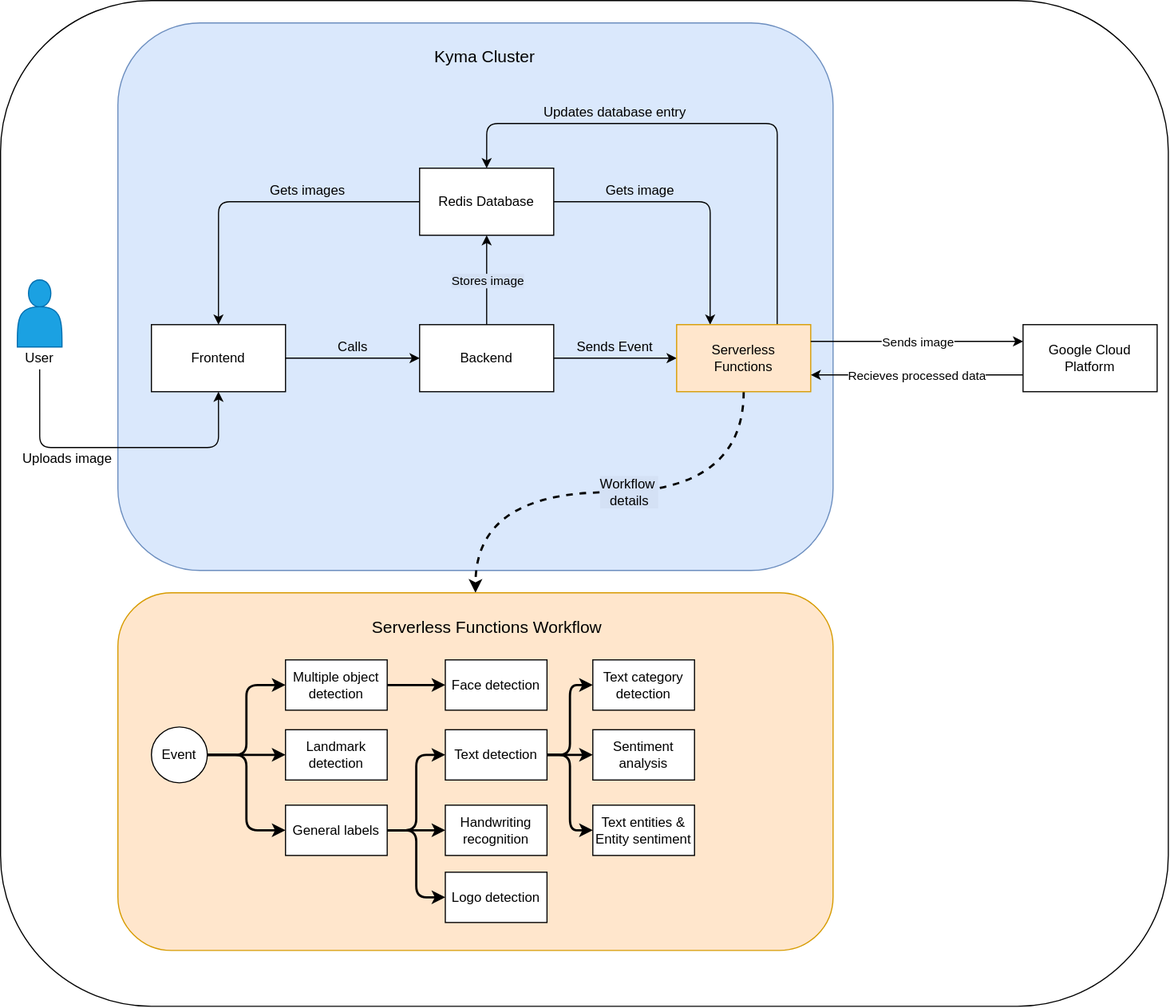
The draw.io diagram docs/assets/diagram_showcase.svg in kyma-incubator/kyma-showcase, before a commit. Source tidied: cells renumbered, new cells last; positions are measured from the earlier drawing's top-left corner, leaving out a move shared by most shapes.
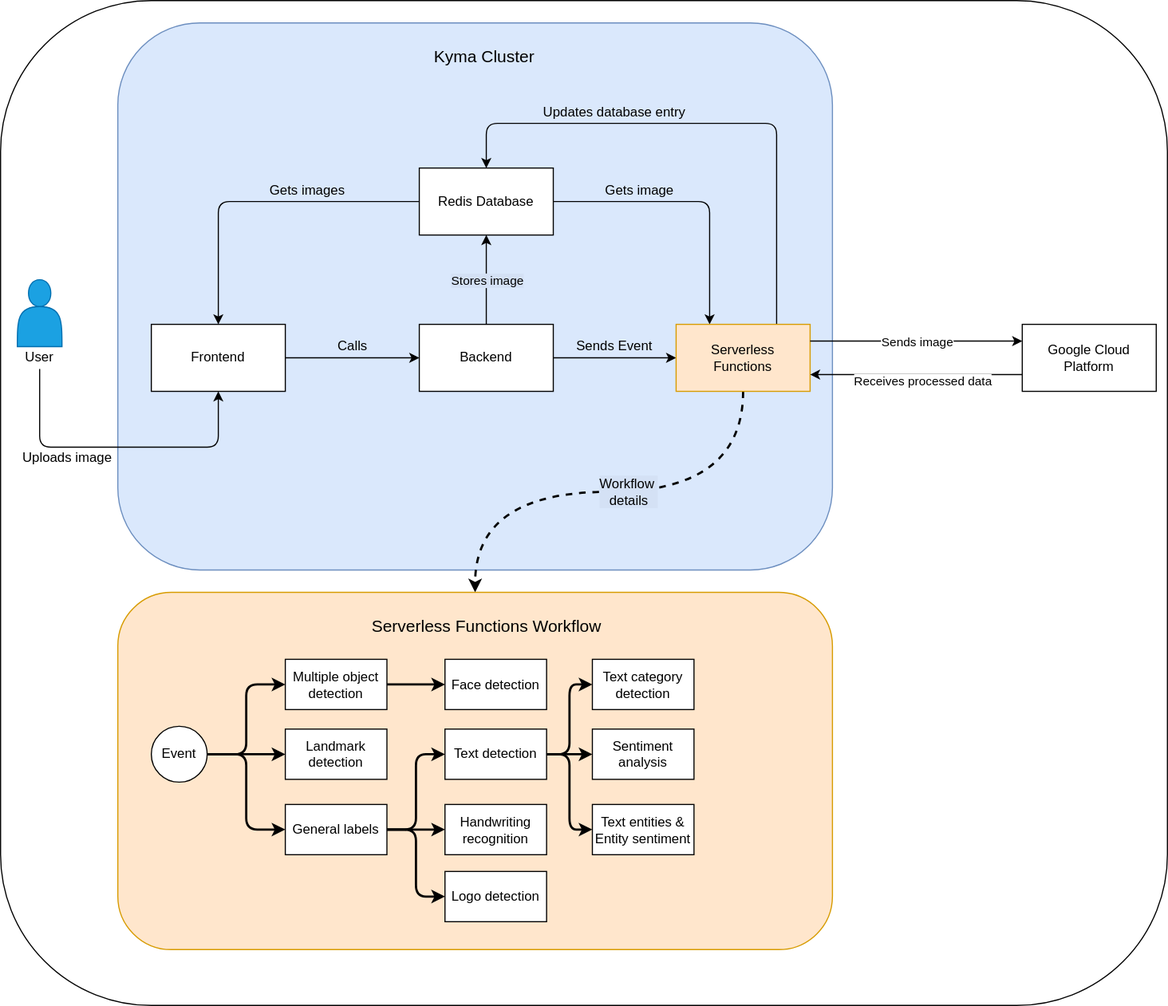
After the commit.

Diff of the diagram source:
```diff
@@ -90,10 +90,16 @@
       <mxGeometry relative="1" as="geometry" />
     </mxCell>
     <mxCell id="26" style="endArrow=classic;html=1;fontColor=#000000;entryX=1;entryY=0.75;entryDx=0;entryDy=0;exitX=0;exitY=0.75;exitDx=0;exitDy=0;" parent="1" edge="1" source="28" target="22">
-      <mxGeometry relative="1" as="geometry" />
+      <mxGeometry relative="1" as="geometry">
+        <Array as="points">
+          <mxPoint x="755" y="335" />
+        </Array>
+      </mxGeometry>
     </mxCell>
-    <mxCell id="27" value="Recieves processed data" style="edgeLabel;html=1;align=center;verticalAlign=middle;fontColor=#000000;labelBackgroundColor=#FFFFFF;" parent="26" vertex="1">
-      <mxGeometry relative="1" as="geometry" />
+    <mxCell id="27" value="Receives processed data" style="edgeLabel;html=1;align=center;verticalAlign=middle;fontColor=#000000;labelBackgroundColor=#FFFFFF;" parent="26" vertex="1">
+      <mxGeometry relative="1" as="geometry">
+        <mxPoint x="5" y="5" as="offset" />
+      </mxGeometry>
     </mxCell>
     <mxCell id="28" value="Google Cloud Platform" style="rounded=0;whiteSpace=wrap;html=1;labelBackgroundColor=none;fontColor=#000000;" parent="1" vertex="1">
       <mxGeometry x="915" y="290" width="120" height="60" as="geometry" />
```
